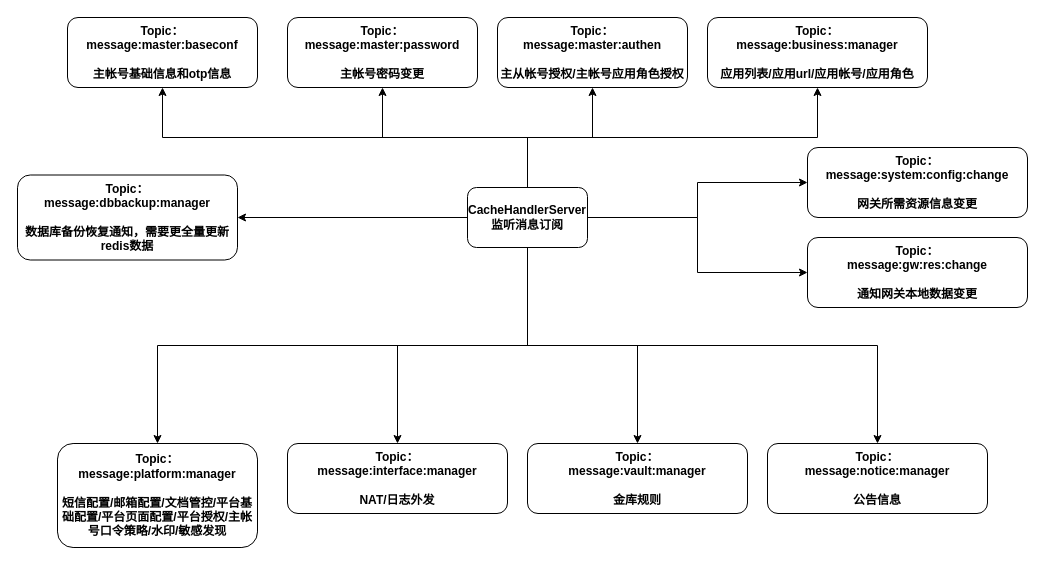
DeanYang121/typora_images keeps this draw.io diagram as cachehandlersystem_消息订阅.drawio. Above is the earlier version. Source tidied: cells renumbered, new cells numbered last; positions are measured from the earlier drawing's top-left corner, leaving out a move shared by most shapes. Both pictures are drawn from the tidied source at 100%, with x=0, y=0 at pixel (17, 17).
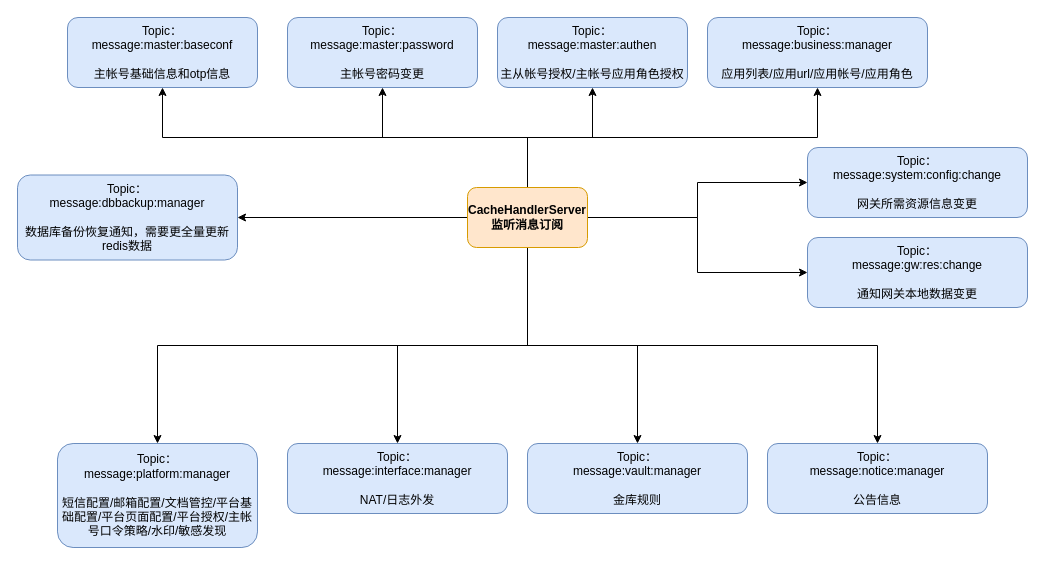
After the change.

Commit message (it also covers changes not shown here):
更新cachehandlersystem_消息订阅.drawio

Change to the diagram source:
```diff
@@
-    <mxCell id="2" style="edgeStyle=orthogonalEdgeStyle;rounded=0;jettySize=auto;html=1;exitX=0.5;exitY=0;exitDx=0;exitDy=0;entryX=0.5;entryY=1;entryDx=0;entryDy=0;" parent="1" edge="1" source="13" target="18">
+    <mxCell id="2" style="edgeStyle=orthogonalEdgeStyle;rounded=0;jettySize=auto;html=1;exitX=0.5;exitY=0;exitDx=0;exitDy=0;entryX=0.5;entryY=1;entryDx=0;entryDy=0;fontStyle=0;" parent="1" edge="1" source="13" target="18">
       <mxGeometry relative="1" as="geometry" />
     </mxCell>
-    <mxCell id="3" style="edgeStyle=orthogonalEdgeStyle;rounded=0;jettySize=auto;html=1;exitX=0.5;exitY=0;exitDx=0;exitDy=0;entryX=0.5;entryY=1;entryDx=0;entryDy=0;" parent="1" edge="1" source="13" target="16">
+    <mxCell id="3" style="edgeStyle=orthogonalEdgeStyle;rounded=0;jettySize=auto;html=1;exitX=0.5;exitY=0;exitDx=0;exitDy=0;entryX=0.5;entryY=1;entryDx=0;entryDy=0;fontStyle=0;" parent="1" edge="1" source="13" target="16">
       <mxGeometry relative="1" as="geometry" />
     </mxCell>
-    <mxCell id="4" style="edgeStyle=orthogonalEdgeStyle;rounded=0;jettySize=auto;html=1;exitX=0.5;exitY=0;exitDx=0;exitDy=0;" parent="1" edge="1" source="13" target="17">
+    <mxCell id="4" style="edgeStyle=orthogonalEdgeStyle;rounded=0;jettySize=auto;html=1;exitX=0.5;exitY=0;exitDx=0;exitDy=0;fontStyle=0;" parent="1" edge="1" source="13" target="17">
       <mxGeometry relative="1" as="geometry" />
     </mxCell>
-    <mxCell id="5" style="edgeStyle=orthogonalEdgeStyle;rounded=0;jettySize=auto;html=1;exitX=0.5;exitY=0;exitDx=0;exitDy=0;entryX=0.5;entryY=1;entryDx=0;entryDy=0;" parent="1" edge="1" source="13" target="15">
+    <mxCell id="5" style="edgeStyle=orthogonalEdgeStyle;rounded=0;jettySize=auto;html=1;exitX=0.5;exitY=0;exitDx=0;exitDy=0;entryX=0.5;entryY=1;entryDx=0;entryDy=0;fontStyle=0;" parent="1" edge="1" source="13" target="15">
       <mxGeometry relative="1" as="geometry" />
     </mxCell>
-    <mxCell id="6" style="edgeStyle=orthogonalEdgeStyle;rounded=0;jettySize=auto;html=1;exitX=0;exitY=0.5;exitDx=0;exitDy=0;entryX=1;entryY=0.5;entryDx=0;entryDy=0;" parent="1" edge="1" source="13" target="24">
+    <mxCell id="6" style="edgeStyle=orthogonalEdgeStyle;rounded=0;jettySize=auto;html=1;exitX=0;exitY=0.5;exitDx=0;exitDy=0;entryX=1;entryY=0.5;entryDx=0;entryDy=0;fontStyle=0;" parent="1" edge="1" source="13" target="24">
       <mxGeometry relative="1" as="geometry" />
     </mxCell>
-    <mxCell id="7" style="edgeStyle=orthogonalEdgeStyle;rounded=0;jettySize=auto;html=1;exitX=1;exitY=0.5;exitDx=0;exitDy=0;entryX=0;entryY=0.5;entryDx=0;entryDy=0;" parent="1" edge="1" source="13" target="22">
+    <mxCell id="7" style="edgeStyle=orthogonalEdgeStyle;rounded=0;jettySize=auto;html=1;exitX=1;exitY=0.5;exitDx=0;exitDy=0;entryX=0;entryY=0.5;entryDx=0;entryDy=0;fontStyle=0;" parent="1" edge="1" source="13" target="22">
       <mxGeometry relative="1" as="geometry" />
     </mxCell>
-    <mxCell id="8" style="edgeStyle=orthogonalEdgeStyle;rounded=0;jettySize=auto;html=1;exitX=1;exitY=0.5;exitDx=0;exitDy=0;entryX=0;entryY=0.5;entryDx=0;entryDy=0;" parent="1" edge="1" source="13" target="23">
+    <mxCell id="8" style="edgeStyle=orthogonalEdgeStyle;rounded=0;jettySize=auto;html=1;exitX=1;exitY=0.5;exitDx=0;exitDy=0;entryX=0;entryY=0.5;entryDx=0;entryDy=0;fontStyle=0;" parent="1" edge="1" source="13" target="23">
       <mxGeometry relative="1" as="geometry" />
     </mxCell>
-    <mxCell id="9" style="edgeStyle=orthogonalEdgeStyle;rounded=0;jettySize=auto;html=1;exitX=0.5;exitY=1;exitDx=0;exitDy=0;" parent="1" edge="1" source="13" target="14">
+    <mxCell id="9" style="edgeStyle=orthogonalEdgeStyle;rounded=0;jettySize=auto;html=1;exitX=0.5;exitY=1;exitDx=0;exitDy=0;fontStyle=0;" parent="1" edge="1" source="13" target="14">
       <mxGeometry relative="1" as="geometry" />
     </mxCell>
-    <mxCell id="10" style="edgeStyle=orthogonalEdgeStyle;rounded=0;jettySize=auto;html=1;exitX=0.5;exitY=1;exitDx=0;exitDy=0;" parent="1" edge="1" source="13" target="19">
+    <mxCell id="10" style="edgeStyle=orthogonalEdgeStyle;rounded=0;jettySize=auto;html=1;exitX=0.5;exitY=1;exitDx=0;exitDy=0;fontStyle=0;" parent="1" edge="1" source="13" target="19">
       <mxGeometry relative="1" as="geometry" />
     </mxCell>
-    <mxCell id="11" style="edgeStyle=orthogonalEdgeStyle;rounded=0;jettySize=auto;html=1;exitX=0.5;exitY=1;exitDx=0;exitDy=0;entryX=0.5;entryY=0;entryDx=0;entryDy=0;" parent="1" edge="1" source="13" target="20">
+    <mxCell id="11" style="edgeStyle=orthogonalEdgeStyle;rounded=0;jettySize=auto;html=1;exitX=0.5;exitY=1;exitDx=0;exitDy=0;entryX=0.5;entryY=0;entryDx=0;entryDy=0;fontStyle=0;" parent="1" edge="1" source="13" target="20">
       <mxGeometry relative="1" as="geometry" />
     </mxCell>
-    <mxCell id="12" style="edgeStyle=orthogonalEdgeStyle;rounded=0;jettySize=auto;html=1;exitX=0.5;exitY=1;exitDx=0;exitDy=0;" parent="1" edge="1" source="13" target="21">
+    <mxCell id="12" style="edgeStyle=orthogonalEdgeStyle;rounded=0;jettySize=auto;html=1;exitX=0.5;exitY=1;exitDx=0;exitDy=0;fontStyle=0;" parent="1" edge="1" source="13" target="21">
       <mxGeometry relative="1" as="geometry" />
     </mxCell>
-    <mxCell id="13" value="&lt;b&gt;CacheHandlerServer&lt;br&gt;监听消息订阅&lt;/b&gt;" style="rounded=1;whiteSpace=wrap;html=1;" parent="1" vertex="1">
+    <mxCell id="13" value="&lt;span&gt;CacheHandlerServer&lt;br&gt;监听消息订阅&lt;/span&gt;" style="rounded=1;whiteSpace=wrap;html=1;fillColor=#ffe6cc;strokeColor=#d79b00;fontStyle=1;" parent="1" vertex="1">
       <mxGeometry x="450" y="170" width="120" height="60" as="geometry" />
     </mxCell>
-    <mxCell id="14" value="&lt;b&gt;Topic：&lt;/b&gt;&lt;br&gt;&lt;b&gt;message:platform:manager&lt;/b&gt;&lt;br&gt;&lt;br&gt;&lt;b&gt;短信配置/邮箱配置/文档管控/平台基础配置/平台页面配置/平台授权/主帐号口令策略/水印/敏感发现&lt;/b&gt;" style="rounded=1;whiteSpace=wrap;html=1;" parent="1" vertex="1">
+    <mxCell id="14" value="&lt;span&gt;Topic：&lt;/span&gt;&lt;br&gt;&lt;span&gt;message:platform:manager&lt;/span&gt;&lt;br&gt;&lt;br&gt;&lt;span&gt;短信配置/邮箱配置/文档管控/平台基础配置/平台页面配置/平台授权/主帐号口令策略/水印/敏感发现&lt;/span&gt;" style="rounded=1;whiteSpace=wrap;html=1;fillColor=#dae8fc;strokeColor=#6c8ebf;fontStyle=0;" parent="1" vertex="1">
       <mxGeometry x="40" y="426" width="200" height="104" as="geometry" />
     </mxCell>
-    <mxCell id="15" value="&lt;b&gt;Topic：message:master:baseconf&lt;/b&gt;&lt;br&gt;&lt;br&gt;&lt;b&gt;主帐号基础信息和otp信息&lt;/b&gt;" style="rounded=1;whiteSpace=wrap;html=1;" parent="1" vertex="1">
+    <mxCell id="15" value="&lt;span&gt;Topic：&lt;br&gt;message:master:baseconf&lt;/span&gt;&lt;br&gt;&lt;br&gt;&lt;span&gt;主帐号基础信息和otp信息&lt;/span&gt;" style="rounded=1;whiteSpace=wrap;html=1;fillColor=#dae8fc;strokeColor=#6c8ebf;fontStyle=0;" parent="1" vertex="1">
       <mxGeometry x="50" width="190" height="70" as="geometry" />
     </mxCell>
-    <mxCell id="16" value="&lt;b&gt;Topic：message:master:password&lt;/b&gt;&lt;br&gt;&lt;br&gt;&lt;b&gt;主帐号密码变更&lt;/b&gt;" style="rounded=1;whiteSpace=wrap;html=1;" parent="1" vertex="1">
+    <mxCell id="16" value="&lt;span&gt;Topic：&lt;br&gt;message:master:password&lt;/span&gt;&lt;br&gt;&lt;br&gt;&lt;span&gt;主帐号密码变更&lt;/span&gt;" style="rounded=1;whiteSpace=wrap;html=1;fillColor=#dae8fc;strokeColor=#6c8ebf;fontStyle=0;" parent="1" vertex="1">
       <mxGeometry x="270" width="190" height="70" as="geometry" />
     </mxCell>
-    <mxCell id="17" value="&lt;b&gt;Topic：&lt;/b&gt;&lt;br&gt;&lt;b&gt;message:business:manager&lt;/b&gt;&lt;br&gt;&lt;br&gt;&lt;b&gt;应用列表/应用url/应用帐号/应用角色&lt;/b&gt;" style="rounded=1;whiteSpace=wrap;html=1;" parent="1" vertex="1">
+    <mxCell id="17" value="&lt;span&gt;Topic：&lt;/span&gt;&lt;br&gt;&lt;span&gt;message:business:manager&lt;/span&gt;&lt;br&gt;&lt;br&gt;&lt;span&gt;应用列表/应用url/应用帐号/应用角色&lt;/span&gt;" style="rounded=1;whiteSpace=wrap;html=1;fillColor=#dae8fc;strokeColor=#6c8ebf;fontStyle=0;" parent="1" vertex="1">
       <mxGeometry x="690" width="220" height="70" as="geometry" />
     </mxCell>
-    <mxCell id="18" value="&lt;b&gt;Topic：&lt;br&gt;message:master:authen&lt;/b&gt;&lt;br&gt;&lt;br&gt;&lt;b&gt;主从帐号授权/主帐号应用角色授权&lt;/b&gt;" style="rounded=1;whiteSpace=wrap;html=1;" parent="1" vertex="1">
+    <mxCell id="18" value="&lt;span&gt;Topic：&lt;br&gt;message:master:authen&lt;/span&gt;&lt;br&gt;&lt;br&gt;&lt;span&gt;主从帐号授权/主帐号应用角色授权&lt;/span&gt;" style="rounded=1;whiteSpace=wrap;html=1;fillColor=#dae8fc;strokeColor=#6c8ebf;fontStyle=0;" parent="1" vertex="1">
       <mxGeometry x="480" width="190" height="70" as="geometry" />
     </mxCell>
-    <mxCell id="19" value="&lt;b&gt;Topic：&lt;/b&gt;&lt;br&gt;&lt;b&gt;message:interface:manager&lt;/b&gt;&lt;br&gt;&lt;br&gt;&lt;b&gt;NAT/日志外发&lt;/b&gt;" style="rounded=1;whiteSpace=wrap;html=1;" parent="1" vertex="1">
+    <mxCell id="19" value="&lt;span&gt;Topic：&lt;/span&gt;&lt;br&gt;&lt;span&gt;message:interface:manager&lt;/span&gt;&lt;br&gt;&lt;br&gt;&lt;span&gt;NAT/日志外发&lt;/span&gt;" style="rounded=1;whiteSpace=wrap;html=1;fillColor=#dae8fc;strokeColor=#6c8ebf;fontStyle=0;" parent="1" vertex="1">
       <mxGeometry x="270" y="426" width="220" height="70" as="geometry" />
     </mxCell>
-    <mxCell id="20" value="&lt;b&gt;Topic：&lt;br&gt;message:vault:manager&lt;br&gt;&lt;br&gt;金库规则&lt;/b&gt;" style="rounded=1;whiteSpace=wrap;html=1;" parent="1" vertex="1">
+    <mxCell id="20" value="&lt;span&gt;Topic：&lt;br&gt;message:vault:manager&lt;br&gt;&lt;br&gt;金库规则&lt;/span&gt;" style="rounded=1;whiteSpace=wrap;html=1;fillColor=#dae8fc;strokeColor=#6c8ebf;fontStyle=0;" parent="1" vertex="1">
       <mxGeometry x="510" y="426" width="220" height="70" as="geometry" />
     </mxCell>
-    <mxCell id="21" value="&lt;b&gt;Topic：&lt;/b&gt;&lt;br&gt;&lt;b&gt;message:notice:manager&lt;/b&gt;&lt;br&gt;&lt;br&gt;&lt;b&gt;公告信息&lt;/b&gt;" style="rounded=1;whiteSpace=wrap;html=1;" parent="1" vertex="1">
+    <mxCell id="21" value="&lt;span&gt;Topic：&lt;/span&gt;&lt;br&gt;&lt;span&gt;message:notice:manager&lt;/span&gt;&lt;br&gt;&lt;br&gt;&lt;span&gt;公告信息&lt;/span&gt;" style="rounded=1;whiteSpace=wrap;html=1;fillColor=#dae8fc;strokeColor=#6c8ebf;fontStyle=0;" parent="1" vertex="1">
       <mxGeometry x="750" y="426" width="220" height="70" as="geometry" />
     </mxCell>
-    <mxCell id="22" value="&lt;b&gt;Topic：&lt;/b&gt;&lt;br&gt;&lt;b&gt;message:system:config:change&lt;br&gt;&lt;/b&gt;&lt;br&gt;&lt;b&gt;网关所需资源信息变更&lt;/b&gt;" style="rounded=1;whiteSpace=wrap;html=1;" parent="1" vertex="1">
+    <mxCell id="22" value="&lt;span&gt;Topic：&lt;/span&gt;&lt;br&gt;&lt;span&gt;message:system:config:change&lt;br&gt;&lt;/span&gt;&lt;br&gt;&lt;span&gt;网关所需资源信息变更&lt;/span&gt;" style="rounded=1;whiteSpace=wrap;html=1;fillColor=#dae8fc;strokeColor=#6c8ebf;fontStyle=0;" parent="1" vertex="1">
       <mxGeometry x="790" y="130" width="220" height="70" as="geometry" />
     </mxCell>
-    <mxCell id="23" value="&lt;b&gt;Topic：&lt;/b&gt;&lt;br&gt;&lt;b&gt;message:gw:res:change&lt;br&gt;&lt;/b&gt;&lt;br&gt;&lt;b&gt;通知网关本地数据变更&lt;/b&gt;" style="rounded=1;whiteSpace=wrap;html=1;" parent="1" vertex="1">
+    <mxCell id="23" value="&lt;span&gt;Topic：&lt;/span&gt;&lt;br&gt;&lt;span&gt;message:gw:res:change&lt;br&gt;&lt;/span&gt;&lt;br&gt;&lt;span&gt;通知网关本地数据变更&lt;/span&gt;" style="rounded=1;whiteSpace=wrap;html=1;fillColor=#dae8fc;strokeColor=#6c8ebf;fontStyle=0;" parent="1" vertex="1">
       <mxGeometry x="790" y="220" width="220" height="70" as="geometry" />
     </mxCell>
-    <mxCell id="24" value="&lt;b&gt;Topic：&lt;/b&gt;&lt;br&gt;&lt;b&gt;message:dbbackup:manager&lt;br&gt;&lt;/b&gt;&lt;br&gt;&lt;b&gt;数据库备份恢复通知，需要更全量更新redis数据&lt;/b&gt;" style="rounded=1;whiteSpace=wrap;html=1;" parent="1" vertex="1">
+    <mxCell id="24" value="&lt;span&gt;Topic：&lt;/span&gt;&lt;br&gt;&lt;span&gt;message:dbbackup:manager&lt;br&gt;&lt;/span&gt;&lt;br&gt;&lt;span&gt;数据库备份恢复通知，需要更全量更新redis数据&lt;/span&gt;" style="rounded=1;whiteSpace=wrap;html=1;fillColor=#dae8fc;strokeColor=#6c8ebf;fontStyle=0;" parent="1" vertex="1">
       <mxGeometry y="157.5" width="220" height="85" as="geometry" />
     </mxCell>
```
